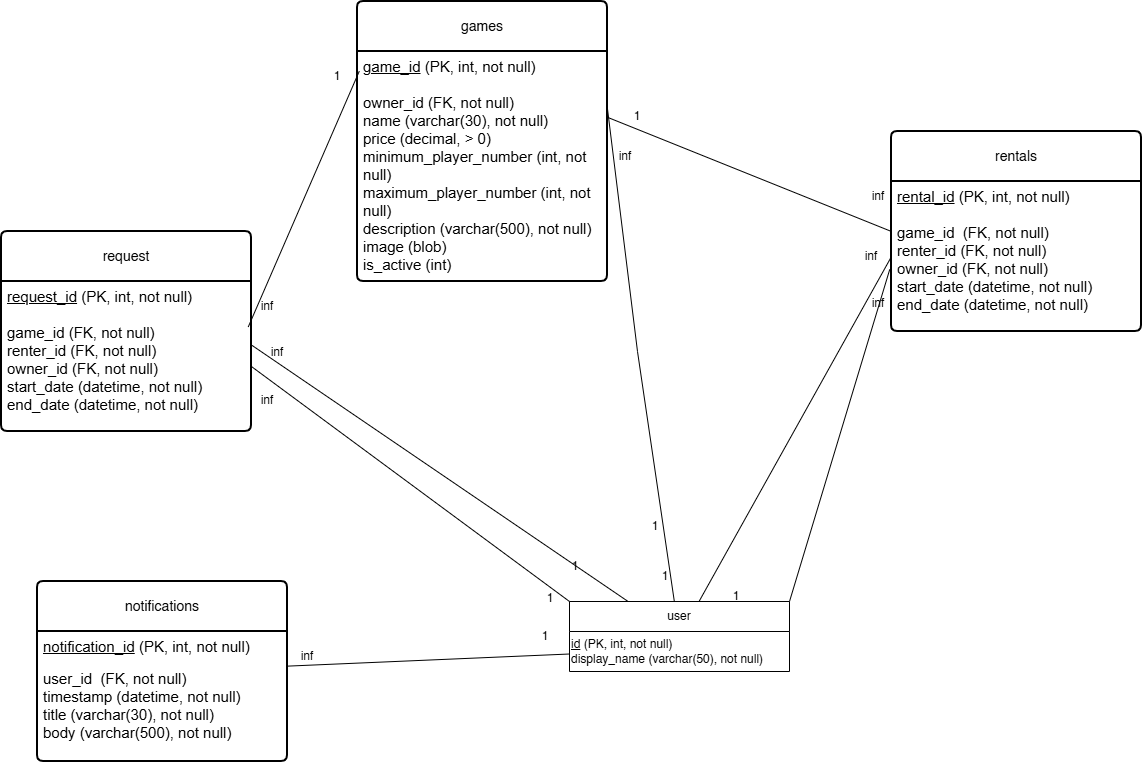
The draw.io diagram project-res/Database.png in madabotos/UBB-SE-2026-PURECAFFEINE-meioai, before a commit. Source tidied: cells renumbered, new cells last; positions are measured from the earlier drawing's top-left corner, leaving out a move shared by most shapes.
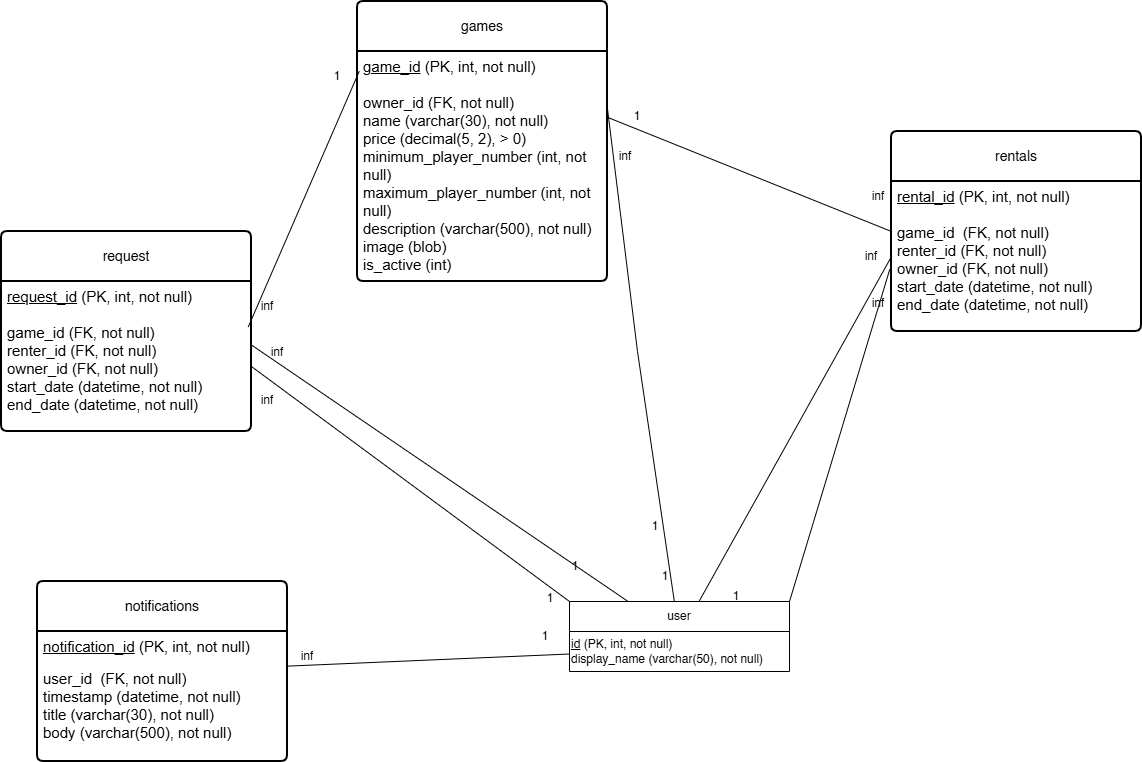
Above is the later version.

What changed in the source:
```diff
@@ -5,7 +5,7 @@
     <mxCell id="2" value="games" style="swimlane;horizontal=1;startSize=50;rounded=1;fontSize=14;fontStyle=0;strokeWidth=2;shadow=0;dashed=0;align=center;arcSize=4;whiteSpace=wrap;html=1;" parent="1" vertex="1">
       <mxGeometry x="356" width="250" height="280" as="geometry" />
     </mxCell>
-    <mxCell id="3" value="&lt;p dir=&quot;ltr&quot; style=&quot;line-height: 1.2; margin-top: 0pt; margin-bottom: 0pt;&quot;&gt;&lt;span style=&quot;font-family: Arial, sans-serif; background-color: transparent; font-variant-numeric: normal; font-variant-east-asian: normal; font-variant-alternates: normal; font-variant-position: normal; font-variant-emoji: normal; vertical-align: baseline; white-space-collapse: preserve;&quot;&gt;&lt;font style=&quot;font-size: 15px;&quot;&gt;&lt;u&gt;game_id&lt;/u&gt; (PK, int, not null)&lt;/font&gt;&lt;/span&gt;&lt;/p&gt;&lt;p dir=&quot;ltr&quot; style=&quot;text-align: center; line-height: 1.2; margin-top: 0pt; margin-bottom: 0pt;&quot;&gt;&lt;span style=&quot;font-family: Arial, sans-serif; background-color: transparent; font-variant-numeric: normal; font-variant-east-asian: normal; font-variant-alternates: normal; font-variant-position: normal; font-variant-emoji: normal; vertical-align: baseline; white-space-collapse: preserve;&quot;&gt;&lt;font style=&quot;font-size: 15px;&quot;&gt;&lt;br&gt;&lt;/font&gt;&lt;/span&gt;&lt;/p&gt;&lt;p dir=&quot;ltr&quot; style=&quot;line-height: 1.2; margin-top: 0pt; margin-bottom: 0pt;&quot;&gt;&lt;span style=&quot;font-family: Arial, sans-serif; background-color: transparent; font-variant-numeric: normal; font-variant-east-asian: normal; font-variant-alternates: normal; font-variant-position: normal; font-variant-emoji: normal; vertical-align: baseline; white-space-collapse: preserve;&quot;&gt;&lt;font style=&quot;font-size: 15px;&quot;&gt;owner_id (FK, not null)                                              &lt;/font&gt;&lt;/span&gt;&lt;/p&gt;&lt;p dir=&quot;ltr&quot; style=&quot;line-height: 1.2; margin-top: 0pt; margin-bottom: 0pt;&quot;&gt;&lt;span style=&quot;font-family: Arial, sans-serif; background-color: transparent; font-variant-numeric: normal; font-variant-east-asian: normal; font-variant-alternates: normal; font-variant-position: normal; font-variant-emoji: normal; vertical-align: baseline; white-space-collapse: preserve;&quot;&gt;&lt;font style=&quot;font-size: 15px;&quot;&gt;name (varchar(30)&lt;/font&gt;&lt;/span&gt;&lt;span style=&quot;font-family: Arial, sans-serif; font-size: 15px; white-space-collapse: preserve; background-color: transparent; color: light-dark(rgb(0, 0, 0), rgb(255, 255, 255));&quot;&gt;, not null&lt;/span&gt;&lt;span style=&quot;font-size: 15px; background-color: transparent; font-family: Arial, sans-serif; white-space-collapse: preserve; color: light-dark(rgb(0, 0, 0), rgb(255, 255, 255));&quot;&gt;)&lt;/span&gt;&lt;/p&gt;&lt;p dir=&quot;ltr&quot; style=&quot;line-height: 1.2; margin-top: 0pt; margin-bottom: 0pt;&quot;&gt;&lt;span style=&quot;font-family: Arial, sans-serif; background-color: transparent; font-variant-numeric: normal; font-variant-east-asian: normal; font-variant-alternates: normal; font-variant-position: normal; font-variant-emoji: normal; vertical-align: baseline; white-space-collapse: preserve;&quot;&gt;&lt;font style=&quot;font-size: 15px;&quot;&gt;price (decimal, &amp;gt; 0)&lt;/font&gt;&lt;/span&gt;&lt;/p&gt;&lt;p dir=&quot;ltr&quot; style=&quot;line-height: 1.2; margin-top: 0pt; margin-bottom: 0pt;&quot;&gt;&lt;span style=&quot;font-size: 15px; background-color: transparent; font-family: Arial, sans-serif; white-space-collapse: preserve; color: light-dark(rgb(0, 0, 0), rgb(255, 255, 255));&quot;&gt;minimum_player_number (int, not null)&lt;/span&gt;&lt;/p&gt;&lt;p dir=&quot;ltr&quot; style=&quot;line-height: 1.2; margin-top: 0pt; margin-bottom: 0pt;&quot;&gt;&lt;span style=&quot;font-family: Arial, sans-serif; background-color: transparent; font-variant-numeric: normal; font-variant-east-asian: normal; font-variant-alternates: normal; font-variant-position: normal; font-variant-emoji: normal; vertical-align: baseline; white-space-collapse: preserve;&quot;&gt;&lt;font style=&quot;font-size: 15px;&quot;&gt;&lt;/font&gt;&lt;/span&gt;&lt;/p&gt;&lt;p dir=&quot;ltr&quot; style=&quot;line-height: 1.2; margin-top: 0pt; margin-bottom: 0pt;&quot;&gt;&lt;span style=&quot;font-family: Arial, sans-serif; background-color: transparent; font-variant-numeric: normal; font-variant-east-asian: normal; font-variant-alternates: normal; font-variant-position: normal; font-variant-emoji: normal; vertical-align: baseline; white-space-collapse: preserve;&quot;&gt;&lt;font style=&quot;font-size: 15px;&quot;&gt;maximum_player_number (int, not null)&lt;/font&gt;&lt;/span&gt;&lt;/p&gt;&lt;p dir=&quot;ltr&quot; style=&quot;line-height: 1.2; margin-top: 0pt; margin-bottom: 0pt;&quot;&gt;&lt;span style=&quot;font-family: Arial, sans-serif; background-color: transparent; font-variant-numeric: normal; font-variant-east-asian: normal; font-variant-alternates: normal; font-variant-position: normal; font-variant-emoji: normal; vertical-align: baseline; white-space-collapse: preserve;&quot;&gt;&lt;font style=&quot;font-size: 15px;&quot;&gt;description (varchar(500)&lt;/font&gt;&lt;/span&gt;&lt;span style=&quot;font-family: Arial, sans-serif; font-size: 15px; white-space-collapse: preserve; background-color: transparent; color: light-dark(rgb(0, 0, 0), rgb(255, 255, 255));&quot;&gt;, not null&lt;/span&gt;&lt;span style=&quot;font-size: 15px; background-color: transparent; font-family: Arial, sans-serif; white-space-collapse: preserve; color: light-dark(rgb(0, 0, 0), rgb(255, 255, 255));&quot;&gt;)&lt;/span&gt;&lt;/p&gt;&lt;p dir=&quot;ltr&quot; style=&quot;line-height: 1.2; margin-top: 0pt; margin-bottom: 0pt;&quot;&gt;&lt;span style=&quot;font-family: Arial, sans-serif; background-color: transparent; font-variant-numeric: normal; font-variant-east-asian: normal; font-variant-alternates: normal; font-variant-position: normal; font-variant-emoji: normal; vertical-align: baseline; white-space-collapse: preserve;&quot;&gt;&lt;font style=&quot;font-size: 15px;&quot;&gt;image (blob)&lt;/font&gt;&lt;/span&gt;&lt;/p&gt;&lt;p dir=&quot;ltr&quot; style=&quot;line-height: 1.2; margin-top: 0pt; margin-bottom: 0pt;&quot;&gt;&lt;span style=&quot;font-family: Arial, sans-serif; background-color: transparent; font-variant-numeric: normal; font-variant-east-asian: normal; font-variant-alternates: normal; font-variant-position: normal; font-variant-emoji: normal; vertical-align: baseline; white-space-collapse: preserve;&quot;&gt;&lt;font style=&quot;font-size: 15px;&quot;&gt;is_active (int)&lt;/font&gt;&lt;/span&gt;&lt;/p&gt;" style="align=left;strokeColor=none;fillColor=none;spacingLeft=4;spacingRight=4;fontSize=12;verticalAlign=top;html=1;whiteSpace=wrap;" parent="2" vertex="1">
+    <mxCell id="3" value="&lt;p dir=&quot;ltr&quot; style=&quot;line-height: 1.2; margin-top: 0pt; margin-bottom: 0pt;&quot;&gt;&lt;span style=&quot;font-family: Arial, sans-serif; background-color: transparent; font-variant-numeric: normal; font-variant-east-asian: normal; font-variant-alternates: normal; font-variant-position: normal; font-variant-emoji: normal; vertical-align: baseline; white-space-collapse: preserve;&quot;&gt;&lt;font style=&quot;font-size: 15px;&quot;&gt;&lt;u&gt;game_id&lt;/u&gt; (PK, int, not null)&lt;/font&gt;&lt;/span&gt;&lt;/p&gt;&lt;p dir=&quot;ltr&quot; style=&quot;text-align: center; line-height: 1.2; margin-top: 0pt; margin-bottom: 0pt;&quot;&gt;&lt;span style=&quot;font-family: Arial, sans-serif; background-color: transparent; font-variant-numeric: normal; font-variant-east-asian: normal; font-variant-alternates: normal; font-variant-position: normal; font-variant-emoji: normal; vertical-align: baseline; white-space-collapse: preserve;&quot;&gt;&lt;font style=&quot;font-size: 15px;&quot;&gt;&lt;br&gt;&lt;/font&gt;&lt;/span&gt;&lt;/p&gt;&lt;p dir=&quot;ltr&quot; style=&quot;line-height: 1.2; margin-top: 0pt; margin-bottom: 0pt;&quot;&gt;&lt;span style=&quot;font-family: Arial, sans-serif; background-color: transparent; font-variant-numeric: normal; font-variant-east-asian: normal; font-variant-alternates: normal; font-variant-position: normal; font-variant-emoji: normal; vertical-align: baseline; white-space-collapse: preserve;&quot;&gt;&lt;font style=&quot;font-size: 15px;&quot;&gt;owner_id (FK, not null)                                              &lt;/font&gt;&lt;/span&gt;&lt;/p&gt;&lt;p dir=&quot;ltr&quot; style=&quot;line-height: 1.2; margin-top: 0pt; margin-bottom: 0pt;&quot;&gt;&lt;span style=&quot;font-family: Arial, sans-serif; background-color: transparent; font-variant-numeric: normal; font-variant-east-asian: normal; font-variant-alternates: normal; font-variant-position: normal; font-variant-emoji: normal; vertical-align: baseline; white-space-collapse: preserve;&quot;&gt;&lt;font style=&quot;font-size: 15px;&quot;&gt;name (varchar(30)&lt;/font&gt;&lt;/span&gt;&lt;span style=&quot;font-family: Arial, sans-serif; font-size: 15px; white-space-collapse: preserve; background-color: transparent; color: light-dark(rgb(0, 0, 0), rgb(255, 255, 255));&quot;&gt;, not null&lt;/span&gt;&lt;span style=&quot;font-size: 15px; background-color: transparent; font-family: Arial, sans-serif; white-space-collapse: preserve; color: light-dark(rgb(0, 0, 0), rgb(255, 255, 255));&quot;&gt;)&lt;/span&gt;&lt;/p&gt;&lt;p dir=&quot;ltr&quot; style=&quot;line-height: 1.2; margin-top: 0pt; margin-bottom: 0pt;&quot;&gt;&lt;span style=&quot;font-family: Arial, sans-serif; background-color: transparent; font-variant-numeric: normal; font-variant-east-asian: normal; font-variant-alternates: normal; font-variant-position: normal; font-variant-emoji: normal; vertical-align: baseline; white-space-collapse: preserve;&quot;&gt;&lt;font style=&quot;font-size: 15px;&quot;&gt;price (decimal(5, 2), &amp;gt; 0)&lt;/font&gt;&lt;/span&gt;&lt;/p&gt;&lt;p dir=&quot;ltr&quot; style=&quot;line-height: 1.2; margin-top: 0pt; margin-bottom: 0pt;&quot;&gt;&lt;span style=&quot;font-size: 15px; background-color: transparent; font-family: Arial, sans-serif; white-space-collapse: preserve; color: light-dark(rgb(0, 0, 0), rgb(255, 255, 255));&quot;&gt;minimum_player_number (int, not null)&lt;/span&gt;&lt;/p&gt;&lt;p dir=&quot;ltr&quot; style=&quot;line-height: 1.2; margin-top: 0pt; margin-bottom: 0pt;&quot;&gt;&lt;span style=&quot;font-family: Arial, sans-serif; background-color: transparent; font-variant-numeric: normal; font-variant-east-asian: normal; font-variant-alternates: normal; font-variant-position: normal; font-variant-emoji: normal; vertical-align: baseline; white-space-collapse: preserve;&quot;&gt;&lt;font style=&quot;font-size: 15px;&quot;&gt;&lt;/font&gt;&lt;/span&gt;&lt;/p&gt;&lt;p dir=&quot;ltr&quot; style=&quot;line-height: 1.2; margin-top: 0pt; margin-bottom: 0pt;&quot;&gt;&lt;span style=&quot;font-family: Arial, sans-serif; background-color: transparent; font-variant-numeric: normal; font-variant-east-asian: normal; font-variant-alternates: normal; font-variant-position: normal; font-variant-emoji: normal; vertical-align: baseline; white-space-collapse: preserve;&quot;&gt;&lt;font style=&quot;font-size: 15px;&quot;&gt;maximum_player_number (int, not null)&lt;/font&gt;&lt;/span&gt;&lt;/p&gt;&lt;p dir=&quot;ltr&quot; style=&quot;line-height: 1.2; margin-top: 0pt; margin-bottom: 0pt;&quot;&gt;&lt;span style=&quot;font-family: Arial, sans-serif; background-color: transparent; font-variant-numeric: normal; font-variant-east-asian: normal; font-variant-alternates: normal; font-variant-position: normal; font-variant-emoji: normal; vertical-align: baseline; white-space-collapse: preserve;&quot;&gt;&lt;font style=&quot;font-size: 15px;&quot;&gt;description (varchar(500)&lt;/font&gt;&lt;/span&gt;&lt;span style=&quot;font-family: Arial, sans-serif; font-size: 15px; white-space-collapse: preserve; background-color: transparent; color: light-dark(rgb(0, 0, 0), rgb(255, 255, 255));&quot;&gt;, not null&lt;/span&gt;&lt;span style=&quot;font-size: 15px; background-color: transparent; font-family: Arial, sans-serif; white-space-collapse: preserve; color: light-dark(rgb(0, 0, 0), rgb(255, 255, 255));&quot;&gt;)&lt;/span&gt;&lt;/p&gt;&lt;p dir=&quot;ltr&quot; style=&quot;line-height: 1.2; margin-top: 0pt; margin-bottom: 0pt;&quot;&gt;&lt;span style=&quot;font-family: Arial, sans-serif; background-color: transparent; font-variant-numeric: normal; font-variant-east-asian: normal; font-variant-alternates: normal; font-variant-position: normal; font-variant-emoji: normal; vertical-align: baseline; white-space-collapse: preserve;&quot;&gt;&lt;font style=&quot;font-size: 15px;&quot;&gt;image (blob)&lt;/font&gt;&lt;/span&gt;&lt;/p&gt;&lt;p dir=&quot;ltr&quot; style=&quot;line-height: 1.2; margin-top: 0pt; margin-bottom: 0pt;&quot;&gt;&lt;span style=&quot;font-family: Arial, sans-serif; background-color: transparent; font-variant-numeric: normal; font-variant-east-asian: normal; font-variant-alternates: normal; font-variant-position: normal; font-variant-emoji: normal; vertical-align: baseline; white-space-collapse: preserve;&quot;&gt;&lt;font style=&quot;font-size: 15px;&quot;&gt;is_active (int)&lt;/font&gt;&lt;/span&gt;&lt;/p&gt;" style="align=left;strokeColor=none;fillColor=none;spacingLeft=4;spacingRight=4;fontSize=12;verticalAlign=top;html=1;whiteSpace=wrap;" parent="2" vertex="1">
       <mxGeometry y="50" width="250" height="230" as="geometry" />
     </mxCell>
     <mxCell id="4" value="rentals" style="swimlane;horizontal=1;startSize=50;rounded=1;fontSize=14;fontStyle=0;strokeWidth=2;shadow=0;dashed=0;align=center;arcSize=4;whiteSpace=wrap;html=1;" parent="1" vertex="1">
```
